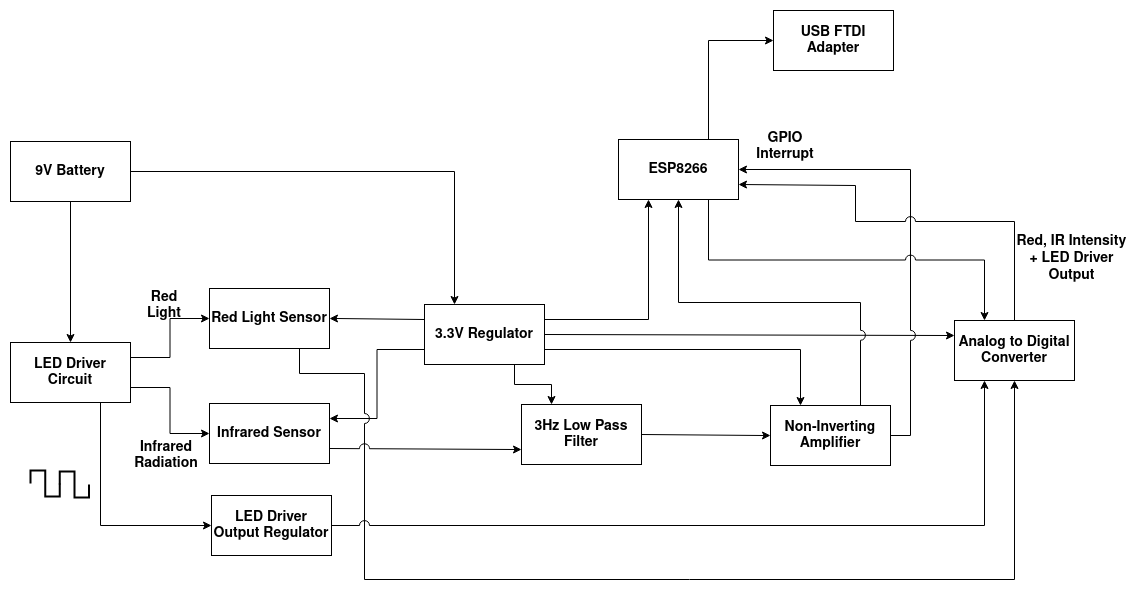
Before: Wiki_Resources/BlockDiagram/BlockDiagram.png, a diagram exported from draw.io (EnriqueR0/ECNG3006_IndividualProject). Source tidied: cells renumbered, new cells last; positions are measured from the earlier drawing's top-left corner, leaving out a move shared by most shapes.
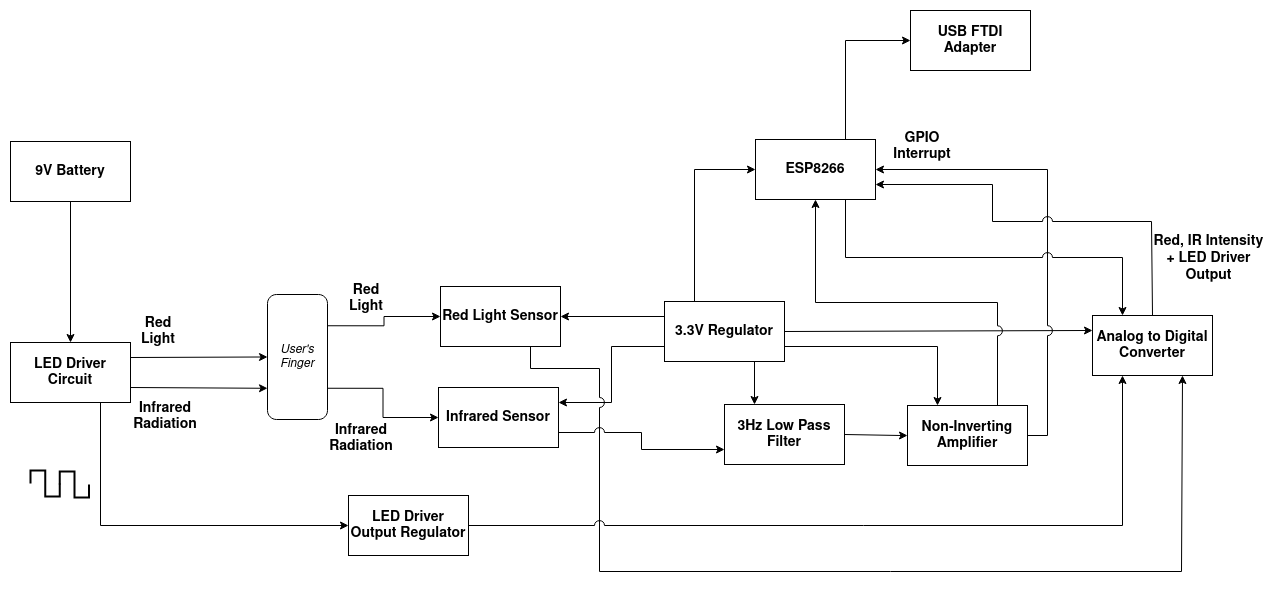
After the commit.

Commit message:
Add User Finger to Block Diagram

The edit, as a diff of the source:
```diff
@@ -5,11 +5,8 @@
     <mxCell id="2" style="edgeStyle=orthogonalEdgeStyle;rounded=0;jettySize=auto;html=1;exitX=0.5;exitY=1;exitDx=0;exitDy=0;jumpStyle=arc;jumpSize=10;fontStyle=1;fontSize=14;" parent="1" edge="1" source="4" target="18">
       <mxGeometry relative="1" as="geometry" />
     </mxCell>
-    <mxCell id="3" style="edgeStyle=orthogonalEdgeStyle;rounded=0;jumpStyle=arc;jumpSize=10;jettySize=auto;html=1;exitX=1;exitY=0.5;exitDx=0;exitDy=0;entryX=0.25;entryY=0;entryDx=0;entryDy=0;startArrow=none;startFill=0;endArrow=classic;endFill=1;fontSize=14;" parent="1" edge="1" source="4" target="11">
-      <mxGeometry relative="1" as="geometry" />
-    </mxCell>
     <mxCell id="4" value="9V Battery" style="rounded=0;whiteSpace=wrap;html=1;fontStyle=1;fontSize=14;" parent="1" vertex="1">
-      <mxGeometry y="131" width="120" height="60" as="geometry" />
+      <mxGeometry x="-137" y="131" width="120" height="60" as="geometry" />
     </mxCell>
     <mxCell id="5" style="edgeStyle=orthogonalEdgeStyle;rounded=0;jumpStyle=arc;jumpSize=10;jettySize=auto;html=1;exitX=0;exitY=0.25;exitDx=0;exitDy=0;entryX=1;entryY=0.5;entryDx=0;entryDy=0;fontStyle=1;fontSize=14;" parent="1" edge="1" source="11" target="20">
       <mxGeometry relative="1" as="geometry" />
@@ -23,14 +20,14 @@
     <mxCell id="8" style="edgeStyle=orthogonalEdgeStyle;rounded=0;jumpStyle=arc;jumpSize=10;jettySize=auto;html=1;exitX=1;exitY=0.5;exitDx=0;exitDy=0;entryX=0;entryY=0.25;entryDx=0;entryDy=0;fontStyle=1;fontSize=14;" parent="1" edge="1" source="11" target="32">
       <mxGeometry relative="1" as="geometry" />
     </mxCell>
+    <mxCell id="10" style="edgeStyle=orthogonalEdgeStyle;rounded=0;jumpStyle=arc;jumpSize=10;jettySize=auto;html=1;exitX=0;exitY=0.75;exitDx=0;exitDy=0;entryX=1;entryY=0.25;entryDx=0;entryDy=0;fontStyle=1;fontSize=14;" parent="1" edge="1" source="11" target="22">
+      <mxGeometry relative="1" as="geometry" />
+    </mxCell>
-    <mxCell id="9" style="edgeStyle=orthogonalEdgeStyle;rounded=0;jumpStyle=arc;jumpSize=10;jettySize=auto;html=1;exitX=1;exitY=0.25;exitDx=0;exitDy=0;entryX=0.25;entryY=1;entryDx=0;entryDy=0;fontStyle=1;fontSize=14;" parent="1" edge="1" source="11" target="13">
+    <mxCell id="9" style="edgeStyle=orthogonalEdgeStyle;rounded=0;jumpStyle=arc;jumpSize=10;jettySize=auto;html=1;exitX=0.25;exitY=0;exitDx=0;exitDy=0;entryX=0;entryY=0.5;entryDx=0;entryDy=0;endSize=6;" parent="1" edge="1" source="11" target="13">
       <mxGeometry relative="1" as="geometry" />
     </mxCell>
-    <mxCell id="10" style="edgeStyle=orthogonalEdgeStyle;rounded=0;jumpStyle=arc;jumpSize=10;jettySize=auto;html=1;exitX=0;exitY=0.75;exitDx=0;exitDy=0;entryX=1;entryY=0.25;entryDx=0;entryDy=0;fontStyle=1;fontSize=14;" parent="1" edge="1" source="11" target="22">
-      <mxGeometry relative="1" as="geometry" />
-    </mxCell>
     <mxCell id="11" value="3.3V Regulator" style="rounded=0;whiteSpace=wrap;html=1;fontStyle=1;fontSize=14;" parent="1" vertex="1">
-      <mxGeometry x="414" y="294" width="120" height="60" as="geometry" />
+      <mxGeometry x="517" y="291" width="120" height="60" as="geometry" />
     </mxCell>
     <mxCell id="12" style="edgeStyle=orthogonalEdgeStyle;rounded=0;jumpStyle=arc;jumpSize=10;jettySize=auto;html=1;exitX=0.75;exitY=0;exitDx=0;exitDy=0;entryX=0;entryY=0.5;entryDx=0;entryDy=0;startArrow=none;startFill=0;endArrow=classic;endFill=1;fontSize=14;" parent="1" edge="1" source="13" target="14">
       <mxGeometry relative="1" as="geometry" />
@@ -41,36 +38,36 @@
     <mxCell id="14" value="USB FTDI Adapter" style="rounded=0;whiteSpace=wrap;html=1;fontStyle=1;fontSize=14;" parent="1" vertex="1">
       <mxGeometry x="763" width="120" height="60" as="geometry" />
     </mxCell>
-    <mxCell id="15" style="edgeStyle=orthogonalEdgeStyle;rounded=0;jettySize=auto;html=1;exitX=1;exitY=0.25;exitDx=0;exitDy=0;entryX=0;entryY=0.5;entryDx=0;entryDy=0;jumpStyle=arc;jumpSize=10;fontStyle=1;fontSize=14;" parent="1" edge="1" source="18" target="20">
-      <mxGeometry relative="1" as="geometry" />
-    </mxCell>
-    <mxCell id="16" style="edgeStyle=orthogonalEdgeStyle;rounded=0;jettySize=auto;html=1;exitX=1;exitY=0.75;exitDx=0;exitDy=0;entryX=0;entryY=0.5;entryDx=0;entryDy=0;jumpStyle=arc;jumpSize=10;fontStyle=1;fontSize=14;" parent="1" edge="1" source="18" target="22">
-      <mxGeometry relative="1" as="geometry" />
-    </mxCell>
     <mxCell id="17" style="edgeStyle=orthogonalEdgeStyle;rounded=0;jumpStyle=arc;jumpSize=10;jettySize=auto;html=1;exitX=0.75;exitY=1;exitDx=0;exitDy=0;entryX=0;entryY=0.5;entryDx=0;entryDy=0;fontStyle=1;fontSize=14;" parent="1" edge="1" source="18" target="24">
       <mxGeometry relative="1" as="geometry" />
     </mxCell>
+    <mxCell id="39" style="edgeStyle=orthogonalEdgeStyle;rounded=0;jumpStyle=arc;jumpSize=10;jettySize=auto;html=1;exitX=1;exitY=0.25;exitDx=0;exitDy=0;entryX=0.5;entryY=1;entryDx=0;entryDy=0;endSize=6;" parent="1" edge="1" source="18" target="43">
+      <mxGeometry relative="1" as="geometry" />
+    </mxCell>
+    <mxCell id="40" style="edgeStyle=orthogonalEdgeStyle;rounded=0;jumpStyle=arc;jumpSize=10;jettySize=auto;html=1;exitX=1;exitY=0.75;exitDx=0;exitDy=0;entryX=0.75;entryY=1;entryDx=0;entryDy=0;endSize=6;" parent="1" edge="1" source="18" target="43">
+      <mxGeometry relative="1" as="geometry" />
+    </mxCell>
     <mxCell id="18" value="LED Driver Circuit" style="rounded=0;whiteSpace=wrap;html=1;fontStyle=1;fontSize=14;" parent="1" vertex="1">
-      <mxGeometry y="332" width="120" height="60" as="geometry" />
+      <mxGeometry x="-137" y="332" width="120" height="60" as="geometry" />
     </mxCell>
-    <mxCell id="19" style="edgeStyle=orthogonalEdgeStyle;rounded=0;jumpStyle=arc;jumpSize=10;jettySize=auto;html=1;exitX=0.75;exitY=1;exitDx=0;exitDy=0;fontStyle=1;fontSize=14;" parent="1" edge="1" source="20" target="32">
+    <mxCell id="19" style="edgeStyle=orthogonalEdgeStyle;rounded=0;jettySize=auto;html=1;exitX=0.75;exitY=1;exitDx=0;exitDy=0;entryX=0.75;entryY=1;entryDx=0;entryDy=0;jumpStyle=arc;endSize=6;jumpSize=10;" parent="1" edge="1" source="20" target="32">
       <mxGeometry relative="1" as="geometry">
         <Array as="points">
-          <mxPoint x="289" y="363" />
-          <mxPoint x="354" y="363" />
-          <mxPoint x="354" y="569" />
-          <mxPoint x="1004" y="569" />
+          <mxPoint x="383" y="358" />
+          <mxPoint x="452" y="358" />
+          <mxPoint x="452" y="561" />
+          <mxPoint x="1034" y="561" />
         </Array>
       </mxGeometry>
     </mxCell>
     <mxCell id="20" value="Red Light Sensor" style="rounded=0;whiteSpace=wrap;html=1;fontStyle=1;fontSize=14;" parent="1" vertex="1">
-      <mxGeometry x="199" y="278" width="120" height="60" as="geometry" />
+      <mxGeometry x="293" y="276" width="120" height="60" as="geometry" />
     </mxCell>
     <mxCell id="21" style="edgeStyle=orthogonalEdgeStyle;rounded=0;jumpStyle=arc;jumpSize=10;jettySize=auto;html=1;exitX=1;exitY=0.75;exitDx=0;exitDy=0;entryX=0;entryY=0.75;entryDx=0;entryDy=0;fontStyle=1;fontSize=14;" parent="1" edge="1" source="22" target="26">
       <mxGeometry relative="1" as="geometry" />
     </mxCell>
     <mxCell id="22" value="Infrared Sensor" style="rounded=0;whiteSpace=wrap;html=1;fontStyle=1;fontSize=14;" parent="1" vertex="1">
-      <mxGeometry x="199" y="393" width="120" height="60" as="geometry" />
+      <mxGeometry x="291" y="377" width="120" height="60" as="geometry" />
     </mxCell>
     <mxCell id="23" style="edgeStyle=orthogonalEdgeStyle;rounded=0;jumpStyle=arc;jumpSize=10;jettySize=auto;html=1;exitX=1;exitY=0.5;exitDx=0;exitDy=0;entryX=0.25;entryY=1;entryDx=0;entryDy=0;fontStyle=1;fontSize=14;" parent="1" edge="1" source="24" target="32">
       <mxGeometry relative="1" as="geometry" />
@@ -82,7 +79,7 @@
       <mxGeometry relative="1" as="geometry" />
     </mxCell>
     <mxCell id="26" value="3Hz Low Pass Filter" style="rounded=0;whiteSpace=wrap;html=1;fontStyle=1;fontSize=14;" parent="1" vertex="1">
-      <mxGeometry x="511" y="394" width="120" height="60" as="geometry" />
+      <mxGeometry x="577" y="394" width="120" height="60" as="geometry" />
     </mxCell>
     <mxCell id="27" style="edgeStyle=orthogonalEdgeStyle;rounded=0;jumpStyle=arc;jumpSize=10;jettySize=auto;html=1;exitX=0.75;exitY=0;exitDx=0;exitDy=0;fontStyle=1;fontSize=14;" parent="1" edge="1" source="29" target="13">
       <mxGeometry relative="1" as="geometry" />
@@ -106,19 +103,19 @@
       <mxGeometry relative="1" as="geometry" />
     </mxCell>
     <mxCell id="32" value="Analog to Digital Converter" style="rounded=0;whiteSpace=wrap;html=1;fontStyle=1;fontSize=14;" parent="1" vertex="1">
-      <mxGeometry x="944" y="310" width="120" height="60" as="geometry" />
+      <mxGeometry x="945" y="305" width="120" height="60" as="geometry" />
     </mxCell>
     <mxCell id="33" value="Red Light" style="text;html=1;strokeColor=none;fillColor=none;align=center;verticalAlign=middle;whiteSpace=wrap;rounded=0;fontStyle=1;fontSize=14;" parent="1" vertex="1">
-      <mxGeometry x="134" y="285" width="40" height="20" as="geometry" />
+      <mxGeometry x="-9" y="311" width="40" height="20" as="geometry" />
     </mxCell>
     <mxCell id="34" value="Infrared Radiation" style="text;html=1;strokeColor=none;fillColor=none;align=center;verticalAlign=middle;whiteSpace=wrap;rounded=0;fontStyle=1;fontSize=14;" parent="1" vertex="1">
-      <mxGeometry x="136" y="435" width="40" height="20" as="geometry" />
+      <mxGeometry x="-2" y="396" width="40" height="20" as="geometry" />
     </mxCell>
     <mxCell id="35" style="verticalLabelPosition=bottom;shadow=0;dashed=0;align=center;html=1;verticalAlign=top;shape=mxgraph.electrical.waveforms.square_wave;strokeWidth=2;fontStyle=1;fontSize=14;" parent="1" vertex="1">
-      <mxGeometry x="20" y="460" width="29.2" height="26" as="geometry" />
+      <mxGeometry x="-117" y="460" width="29.2" height="26" as="geometry" />
     </mxCell>
     <mxCell id="36" style="verticalLabelPosition=bottom;shadow=0;dashed=0;align=center;html=1;verticalAlign=top;shape=mxgraph.electrical.waveforms.square_wave;strokeWidth=2;fontStyle=1;fontSize=14;" parent="1" vertex="1">
-      <mxGeometry x="49.2" y="461" width="29.2" height="26" as="geometry" />
+      <mxGeometry x="-87.8" y="461" width="29.2" height="26" as="geometry" />
     </mxCell>
     <mxCell id="37" value="GPIO Interrupt" style="text;html=1;strokeColor=none;fillColor=none;align=center;verticalAlign=middle;whiteSpace=wrap;rounded=0;fontStyle=1;fontSize=14;" parent="1" vertex="1">
       <mxGeometry x="755" y="126" width="40" height="20" as="geometry" />
@@ -126,5 +123,20 @@
     <mxCell id="38" value="&lt;b&gt;Red, IR Intensity + LED Driver Output&lt;/b&gt;" style="text;html=1;strokeColor=none;fillColor=none;align=center;verticalAlign=middle;whiteSpace=wrap;rounded=0;fontSize=14;" parent="1" vertex="1">
       <mxGeometry x="1004" y="238" width="115" height="20" as="geometry" />
     </mxCell>
+    <mxCell id="41" style="edgeStyle=orthogonalEdgeStyle;rounded=0;jumpStyle=arc;jumpSize=10;jettySize=auto;html=1;exitX=0.25;exitY=0;exitDx=0;exitDy=0;entryX=0;entryY=0.5;entryDx=0;entryDy=0;endSize=6;" parent="1" edge="1" source="43" target="20">
+      <mxGeometry relative="1" as="geometry" />
+    </mxCell>
+    <mxCell id="42" style="edgeStyle=orthogonalEdgeStyle;rounded=0;jumpStyle=arc;jumpSize=10;jettySize=auto;html=1;exitX=0.75;exitY=0;exitDx=0;exitDy=0;entryX=0;entryY=0.5;entryDx=0;entryDy=0;endSize=6;" parent="1" edge="1" source="43" target="22">
+      <mxGeometry relative="1" as="geometry" />
+    </mxCell>
+    <mxCell id="43" value="&lt;i&gt;User's Finger&lt;/i&gt;" style="rounded=1;whiteSpace=wrap;html=1;direction=south;" parent="1" vertex="1">
+      <mxGeometry x="120" y="284" width="60" height="125" as="geometry" />
+    </mxCell>
+    <mxCell id="44" value="Red Light" style="text;html=1;strokeColor=none;fillColor=none;align=center;verticalAlign=middle;whiteSpace=wrap;rounded=0;fontStyle=1;fontSize=14;" parent="1" vertex="1">
+      <mxGeometry x="199" y="278" width="40" height="20" as="geometry" />
+    </mxCell>
+    <mxCell id="45" value="Infrared Radiation" style="text;html=1;strokeColor=none;fillColor=none;align=center;verticalAlign=middle;whiteSpace=wrap;rounded=0;fontStyle=1;fontSize=14;" parent="1" vertex="1">
+      <mxGeometry x="194" y="418" width="40" height="20" as="geometry" />
+    </mxCell>
   </root>
 </mxGraphModel>
```
